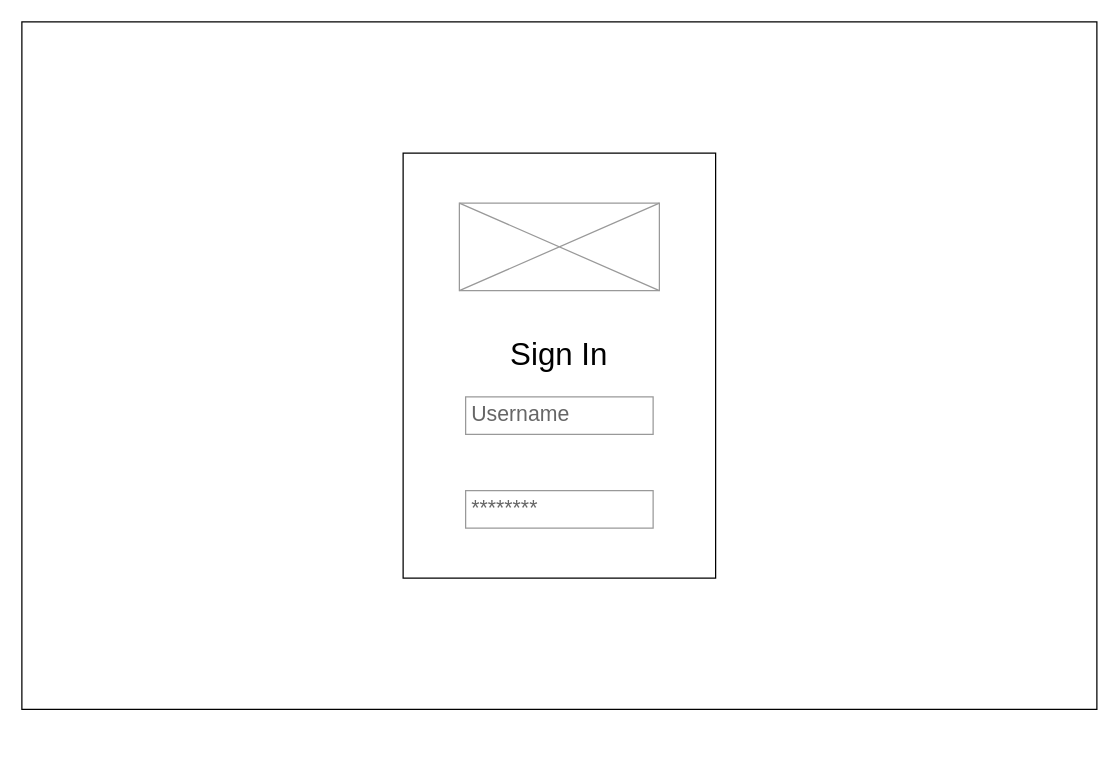
Earlier version of the draw.io diagram Untitled Diagram.drawio (MahonHughes/ARUSoftwareEngineeringProj). Source tidied: cells renumbered, new cells numbered last; positions are measured from the earlier drawing's top-left corner, leaving out a move shared by most shapes. Both pictures are drawn from the tidied source at 125%, with x=0, y=0 at pixel (21, 21).
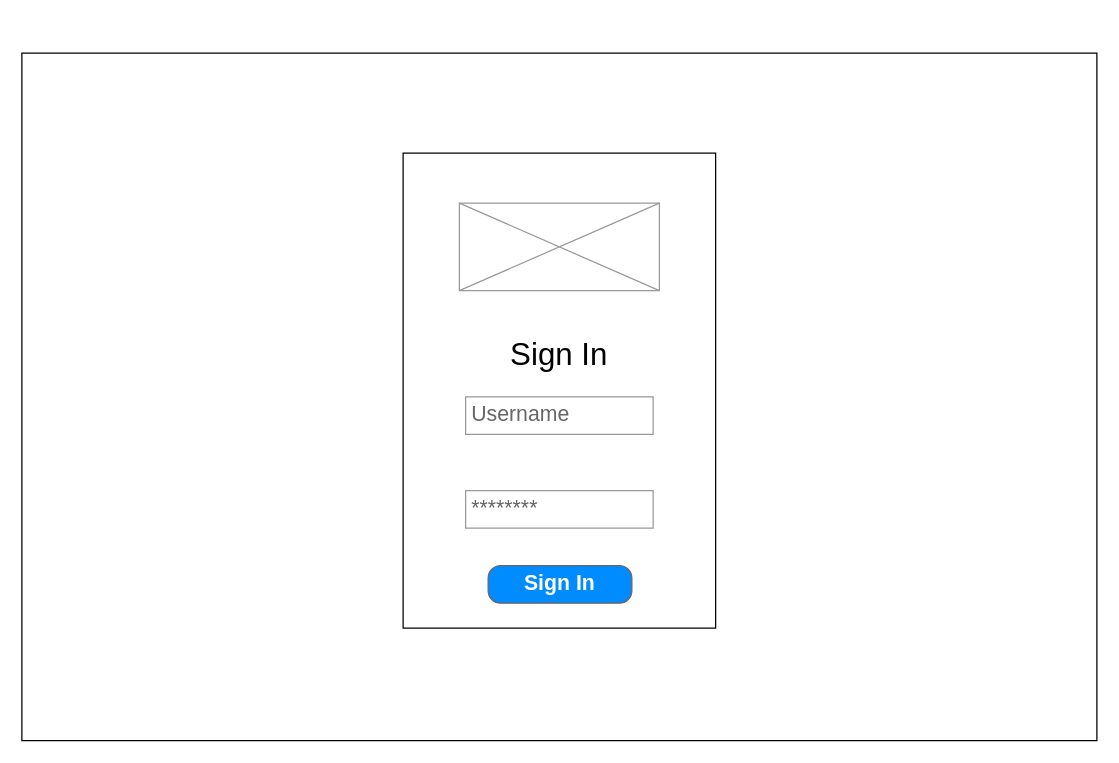
Above is the later version.

Diff of the diagram source:
```diff
@@
 <mxGraphModel background="#ffffff">
   <root>
     <mxCell id="0" />
     <mxCell id="1" parent="0" />
     <mxCell id="2" style="rounded=0;whiteSpace=wrap;html=1;fillColor=#ffffff;fontSize=25;" parent="1" vertex="1">
-      <mxGeometry width="860" height="550" as="geometry" />
+      <mxGeometry y="25" width="860" height="550" as="geometry" />
     </mxCell>
     <mxCell id="3" style="rounded=0;whiteSpace=wrap;html=1;fontSize=25;" parent="1" vertex="1">
-      <mxGeometry x="305" y="105" width="250" height="340" as="geometry" />
+      <mxGeometry x="305" y="105" width="250" height="380" as="geometry" />
     </mxCell>
     <mxCell id="4" value="********" style="strokeWidth=1;shadow=0;dashed=0;align=center;html=1;shape=mxgraph.mockup.forms.pwField;strokeColor=#999999;mainText=;align=left;fontColor=#666666;fontSize=17;spacingLeft=3;" parent="1" vertex="1">
       <mxGeometry x="355" y="375" width="150" height="30" as="geometry" />
     </mxCell>
     <mxCell id="5" value="Username" style="strokeWidth=1;shadow=0;dashed=0;align=center;html=1;shape=mxgraph.mockup.forms.pwField;strokeColor=#999999;mainText=;align=left;fontColor=#666666;fontSize=17;spacingLeft=3;" parent="1" vertex="1">
       <mxGeometry x="355" y="300" width="150" height="30" as="geometry" />
     </mxCell>
     <mxCell id="6" value="Sign In&lt;br style=&quot;font-size: 25px;&quot;&gt;" style="text;html=1;strokeColor=none;fillColor=none;align=center;verticalAlign=middle;whiteSpace=wrap;rounded=0;fontSize=25;" parent="1" vertex="1">
       <mxGeometry x="365" y="245" width="130" height="40" as="geometry" />
     </mxCell>
     <mxCell id="7" style="verticalLabelPosition=bottom;shadow=0;dashed=0;align=center;html=1;verticalAlign=top;strokeWidth=1;shape=mxgraph.mockup.graphics.simpleIcon;strokeColor=#999999;" parent="1" vertex="1">
       <mxGeometry x="350" y="145" width="160" height="70" as="geometry" />
     </mxCell>
+    <mxCell id="8" value="Sign In" style="strokeWidth=1;shadow=0;dashed=0;align=center;html=1;shape=mxgraph.mockup.buttons.button;strokeColor=#666666;fontColor=#ffffff;mainText=;buttonStyle=round;fontSize=17;fontStyle=1;fillColor=#008cff;whiteSpace=wrap;" parent="1" vertex="1">
+      <mxGeometry x="373" y="435" width="115" height="30" as="geometry" />
+    </mxCell>
   </root>
 </mxGraphModel>
```
